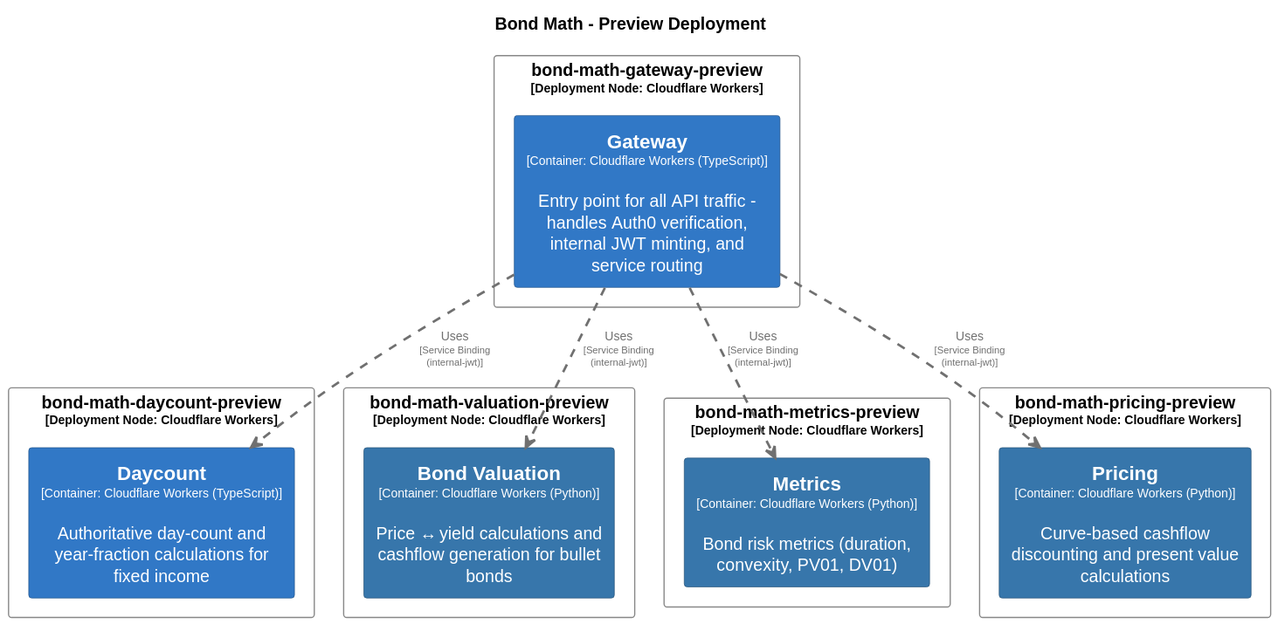
This is docs/architecture/diagrams/structurizr-Deployment_preview.svg from chrislyons-dev/bond-math, a PlantUML export, as it was before one commit. Source of this version:
```plantuml
@startuml
set separator none
title Bond Math - Preview Deployment

top to bottom direction
skinparam ranksep 60
skinparam nodesep 30

skinparam {
  arrowFontSize 10
  defaultTextAlignment center
  wrapWidth 200
  maxMessageSize 100
}

hide stereotype

skinparam rectangle<<Preview.bondmathvaluationpreview.BondValuation_1>> {
  BackgroundColor #3776ab
  FontColor #ffffff
  BorderColor #265277
  shadowing false
}
skinparam rectangle<<Preview.bondmathdaycountpreview.Daycount_1>> {
  BackgroundColor #3178c6
  FontColor #ffffff
  BorderColor #22548a
  shadowing false
}
skinparam rectangle<<Preview.bondmathgatewaypreview.Gateway_1>> {
  BackgroundColor #3178c6
  FontColor #ffffff
  BorderColor #22548a
  shadowing false
}
skinparam rectangle<<Preview.bondmathmetricspreview.Metrics_1>> {
  BackgroundColor #3776ab
  FontColor #ffffff
  BorderColor #265277
  shadowing false
}
skinparam rectangle<<Preview.bondmathpricingpreview.Pricing_1>> {
  BackgroundColor #3776ab
  FontColor #ffffff
  BorderColor #265277
  shadowing false
}
skinparam rectangle<<Preview.bondmathdaycountpreview>> {
  BackgroundColor #ffffff
  FontColor #000000
  BorderColor #888888
  shadowing false
}
skinparam rectangle<<Preview.bondmathgatewaypreview>> {
  BackgroundColor #ffffff
  FontColor #000000
  BorderColor #888888
  shadowing false
}
skinparam rectangle<<Preview.bondmathmetricspreview>> {
  BackgroundColor #ffffff
  FontColor #000000
  BorderColor #888888
  shadowing false
}
skinparam rectangle<<Preview.bondmathpricingpreview>> {
  BackgroundColor #ffffff
  FontColor #000000
  BorderColor #888888
  shadowing false
}
skinparam rectangle<<Preview.bondmathvaluationpreview>> {
  BackgroundColor #ffffff
  FontColor #000000
  BorderColor #888888
  shadowing false
}

rectangle "bond-math-gateway-preview\n<size:10>[Deployment Node: Cloudflare Workers]</size>" <<Preview.bondmathgatewaypreview>> as Preview.bondmathgatewaypreview {
  rectangle "==Gateway\n<size:10>[Container: Cloudflare Workers (TypeScript)]</size>\n\nEntry point for all API traffic - handles Auth0 verification, internal JWT minting, and service routing" <<Preview.bondmathgatewaypreview.Gateway_1>> as Preview.bondmathgatewaypreview.Gateway_1
}

rectangle "bond-math-daycount-preview\n<size:10>[Deployment Node: Cloudflare Workers]</size>" <<Preview.bondmathdaycountpreview>> as Preview.bondmathdaycountpreview {
  rectangle "==Daycount\n<size:10>[Container: Cloudflare Workers (TypeScript)]</size>\n\nAuthoritative day-count and year-fraction calculations for fixed income" <<Preview.bondmathdaycountpreview.Daycount_1>> as Preview.bondmathdaycountpreview.Daycount_1
}

rectangle "bond-math-valuation-preview\n<size:10>[Deployment Node: Cloudflare Workers]</size>" <<Preview.bondmathvaluationpreview>> as Preview.bondmathvaluationpreview {
  rectangle "==Bond Valuation\n<size:10>[Container: Cloudflare Workers (Python)]</size>\n\nPrice ↔ yield calculations and cashflow generation for bullet bonds" <<Preview.bondmathvaluationpreview.BondValuation_1>> as Preview.bondmathvaluationpreview.BondValuation_1
}

rectangle "bond-math-metrics-preview\n<size:10>[Deployment Node: Cloudflare Workers]</size>" <<Preview.bondmathmetricspreview>> as Preview.bondmathmetricspreview {
  rectangle "==Metrics\n<size:10>[Container: Cloudflare Workers (Python)]</size>\n\nBond risk metrics (duration, convexity, PV01, DV01)" <<Preview.bondmathmetricspreview.Metrics_1>> as Preview.bondmathmetricspreview.Metrics_1
}

rectangle "bond-math-pricing-preview\n<size:10>[Deployment Node: Cloudflare Workers]</size>" <<Preview.bondmathpricingpreview>> as Preview.bondmathpricingpreview {
  rectangle "==Pricing\n<size:10>[Container: Cloudflare Workers (Python)]</size>\n\nCurve-based cashflow discounting and present value calculations" <<Preview.bondmathpricingpreview.Pricing_1>> as Preview.bondmathpricingpreview.Pricing_1
}

Preview.bondmathgatewaypreview.Gateway_1 .[#707070,thickness=2].> Preview.bondmathdaycountpreview.Daycount_1 : "<color:#707070>Uses\n<color:#707070><size:8>[Service Binding (internal-jwt)]</size>"
Preview.bondmathgatewaypreview.Gateway_1 .[#707070,thickness=2].> Preview.bondmathvaluationpreview.BondValuation_1 : "<color:#707070>Uses\n<color:#707070><size:8>[Service Binding (internal-jwt)]</size>"
Preview.bondmathgatewaypreview.Gateway_1 .[#707070,thickness=2].> Preview.bondmathmetricspreview.Metrics_1 : "<color:#707070>Uses\n<color:#707070><size:8>[Service Binding (internal-jwt)]</size>"
Preview.bondmathgatewaypreview.Gateway_1 .[#707070,thickness=2].> Preview.bondmathpricingpreview.Pricing_1 : "<color:#707070>Uses\n<color:#707070><size:8>[Service Binding (internal-jwt)]</size>"
@enduml
```
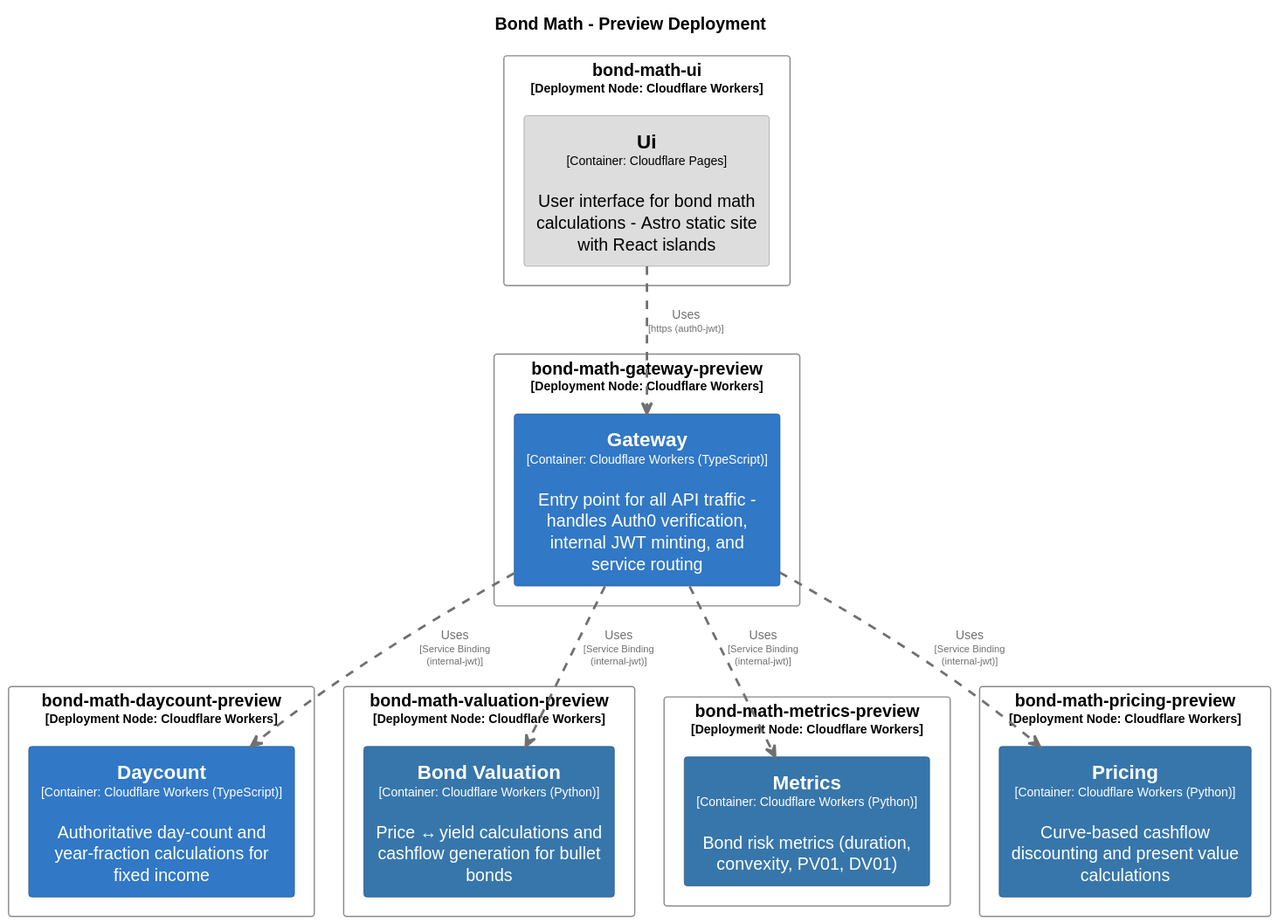
Above is the later version.

Diff of the diagram source:
```diff
@@ -45,6 +45,12 @@
   BorderColor #265277
   shadowing false
 }
+skinparam rectangle<<Preview.bondmathui.Ui_1>> {
+  BackgroundColor #dddddd
+  FontColor #000000
+  BorderColor #9a9a9a
+  shadowing false
+}
 skinparam rectangle<<Preview.bondmathdaycountpreview>> {
   BackgroundColor #ffffff
   FontColor #000000
@@ -69,11 +75,21 @@
   BorderColor #888888
   shadowing false
 }
+skinparam rectangle<<Preview.bondmathui>> {
+  BackgroundColor #ffffff
+  FontColor #000000
+  BorderColor #888888
+  shadowing false
+}
 skinparam rectangle<<Preview.bondmathvaluationpreview>> {
   BackgroundColor #ffffff
   FontColor #000000
   BorderColor #888888
   shadowing false
+}
+
+rectangle "bond-math-ui\n<size:10>[Deployment Node: Cloudflare Workers]</size>" <<Preview.bondmathui>> as Preview.bondmathui {
+  rectangle "==Ui\n<size:10>[Container: Cloudflare Pages]</size>\n\nUser interface for bond math calculations - Astro static site with React islands" <<Preview.bondmathui.Ui_1>> as Preview.bondmathui.Ui_1
 }
 
 rectangle "bond-math-gateway-preview\n<size:10>[Deployment Node: Cloudflare Workers]</size>" <<Preview.bondmathgatewaypreview>> as Preview.bondmathgatewaypreview {
@@ -96,8 +112,9 @@
   rectangle "==Pricing\n<size:10>[Container: Cloudflare Workers (Python)]</size>\n\nCurve-based cashflow discounting and present value calculations" <<Preview.bondmathpricingpreview.Pricing_1>> as Preview.bondmathpricingpreview.Pricing_1
 }
 
+Preview.bondmathgatewaypreview.Gateway_1 .[#707070,thickness=2].> Preview.bondmathpricingpreview.Pricing_1 : "<color:#707070>Uses\n<color:#707070><size:8>[Service Binding (internal-jwt)]</size>"
+Preview.bondmathui.Ui_1 .[#707070,thickness=2].> Preview.bondmathgatewaypreview.Gateway_1 : "<color:#707070>Uses\n<color:#707070><size:8>[https (auth0-jwt)]</size>"
 Preview.bondmathgatewaypreview.Gateway_1 .[#707070,thickness=2].> Preview.bondmathdaycountpreview.Daycount_1 : "<color:#707070>Uses\n<color:#707070><size:8>[Service Binding (internal-jwt)]</size>"
 Preview.bondmathgatewaypreview.Gateway_1 .[#707070,thickness=2].> Preview.bondmathvaluationpreview.BondValuation_1 : "<color:#707070>Uses\n<color:#707070><size:8>[Service Binding (internal-jwt)]</size>"
 Preview.bondmathgatewaypreview.Gateway_1 .[#707070,thickness=2].> Preview.bondmathmetricspreview.Metrics_1 : "<color:#707070>Uses\n<color:#707070><size:8>[Service Binding (internal-jwt)]</size>"
-Preview.bondmathgatewaypreview.Gateway_1 .[#707070,thickness=2].> Preview.bondmathpricingpreview.Pricing_1 : "<color:#707070>Uses\n<color:#707070><size:8>[Service Binding (internal-jwt)]</size>"
 @enduml
```
